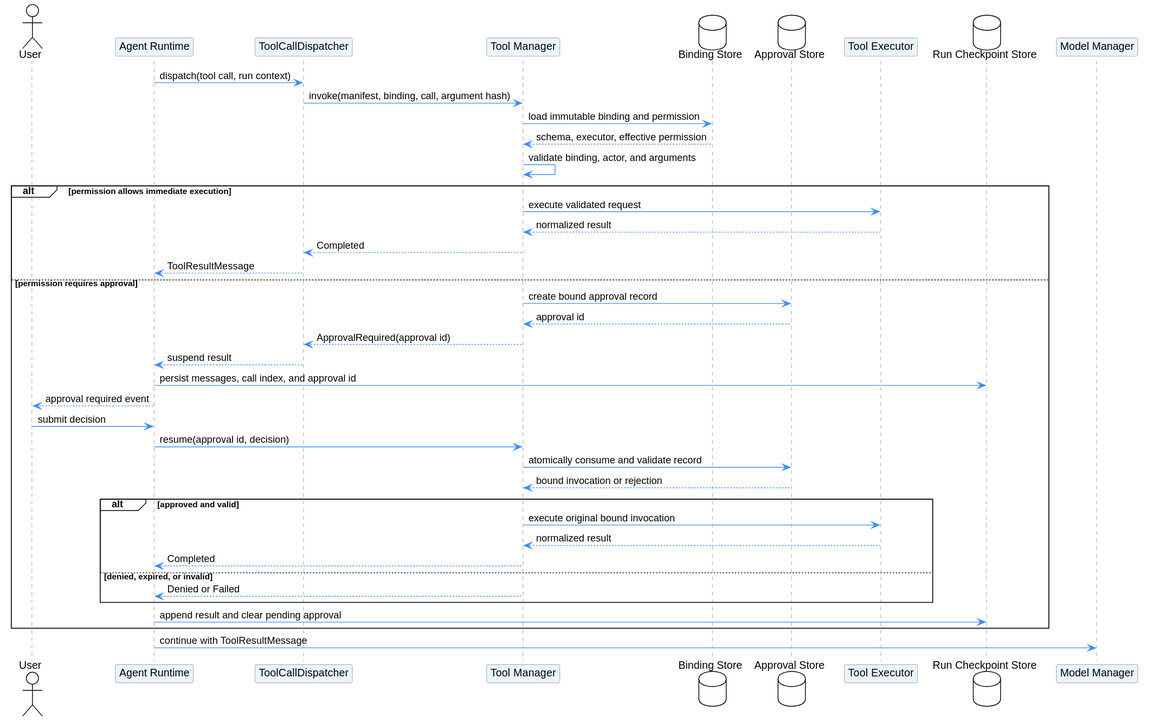
Before: managed-agent-session/tool_approval_resume_sequence.svg, a diagram exported from PlantUML (superheromeZzh/pi-mono-java-design).
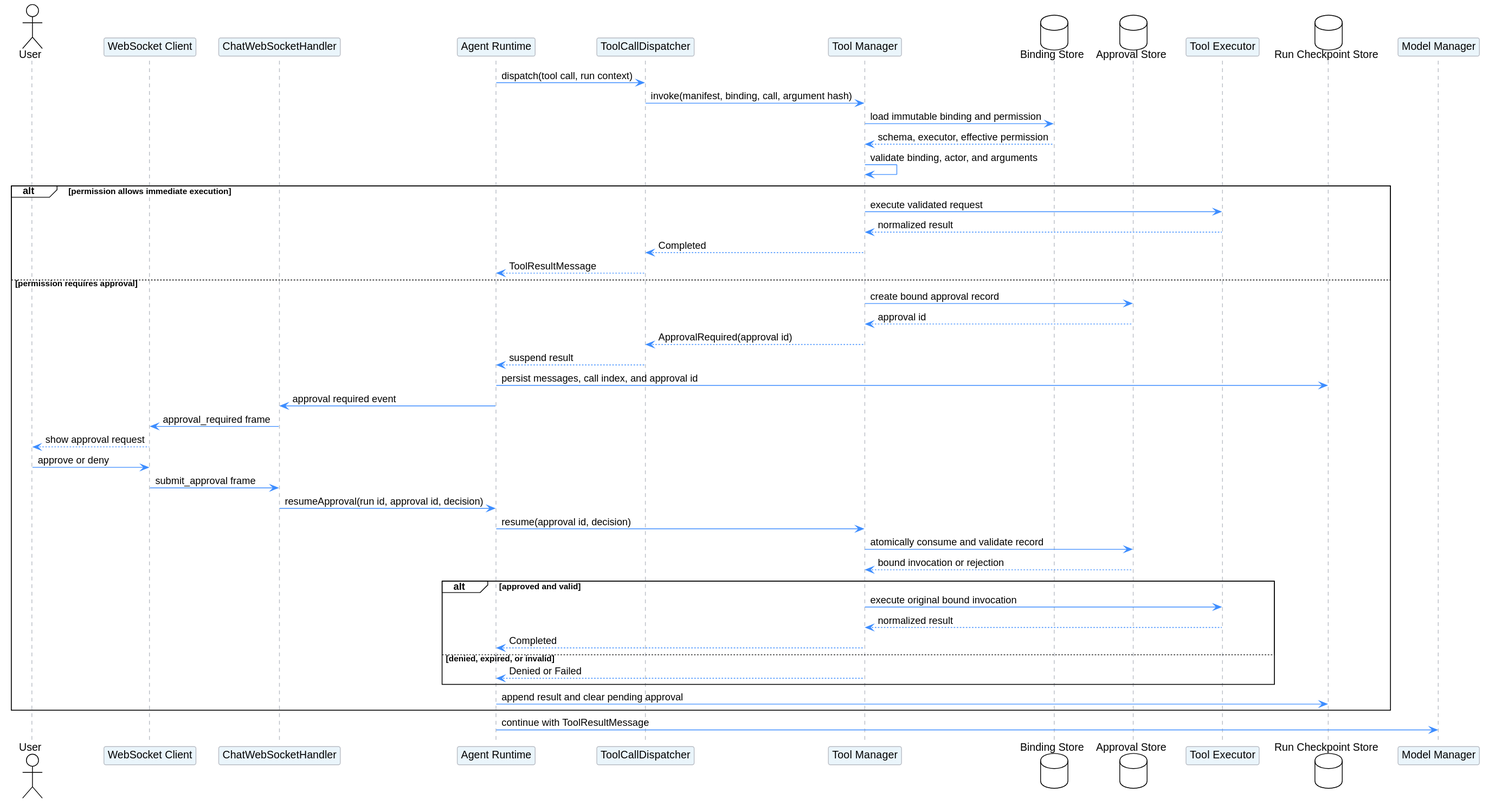
Above is the later version.

Commit message:
docs(agent): scope managed runtime design to WebSocket

Diff of the diagram source:
```diff
@@ -9,6 +9,8 @@
 skinparam sequenceLifeLineBorderColor #B8BCC4
 
 actor User
+participant "WebSocket Client" as Client
+participant "ChatWebSocketHandler" as Handler
 participant "Agent Runtime" as Runtime
 participant "ToolCallDispatcher" as Dispatcher
 participant "Tool Manager" as ToolManager
@@ -35,8 +37,12 @@
   ToolManager --> Dispatcher: ApprovalRequired(approval id)
   Dispatcher --> Runtime: suspend result
   Runtime -> CheckpointStore: persist messages, call index, and approval id
-  Runtime --> User: approval required event
-  User -> Runtime: submit decision
+  Runtime -> Handler: approval required event
+  Handler -> Client: approval_required frame
+  Client --> User: show approval request
+  User -> Client: approve or deny
+  Client -> Handler: submit_approval frame
+  Handler -> Runtime: resumeApproval(run id, approval id, decision)
   Runtime -> ToolManager: resume(approval id, decision)
   ToolManager -> ApprovalStore: atomically consume and validate record
   ApprovalStore --> ToolManager: bound invocation or rejection
```
